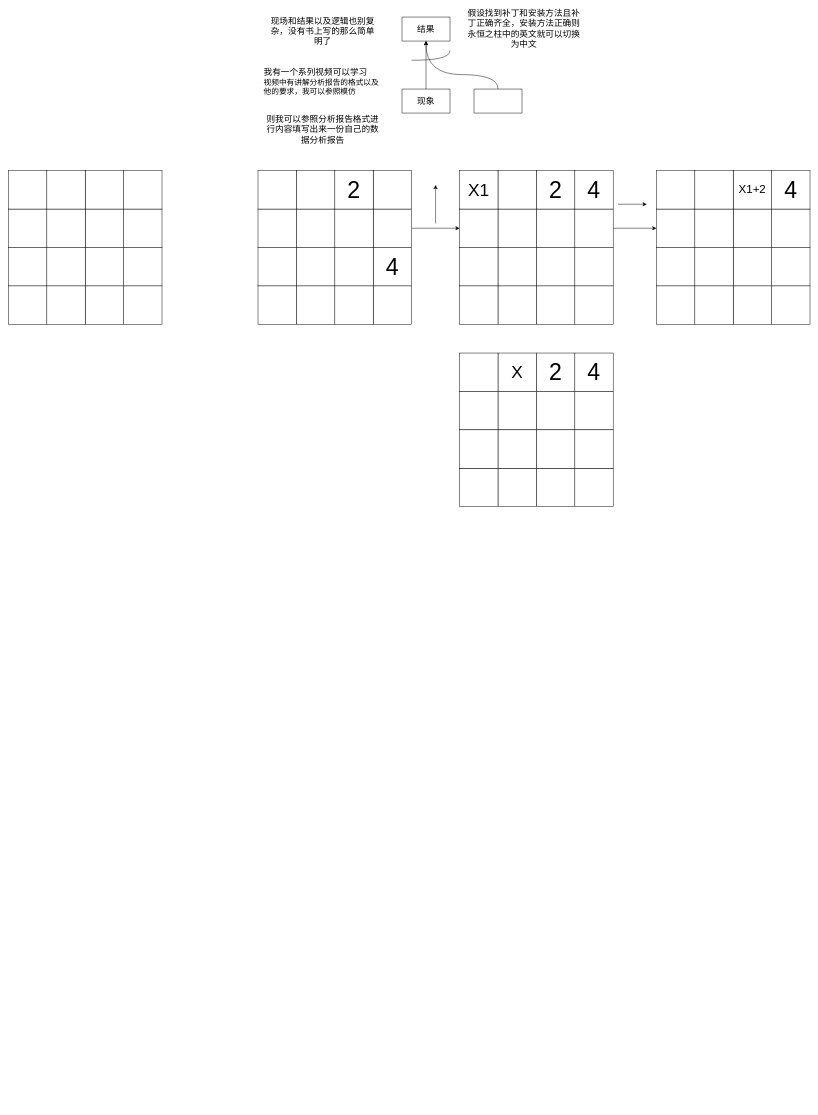
This is Test.drawio from gitpigzhusj/draw.io, a draw.io file, before an edit. Source tidied: cells renumbered, new cells numbered last; positions are measured from the earlier drawing's top-left corner, leaving out a move shared by most shapes. Both pictures are drawn from the tidied source at 48%, with x=0, y=0 at pixel (8, 12).
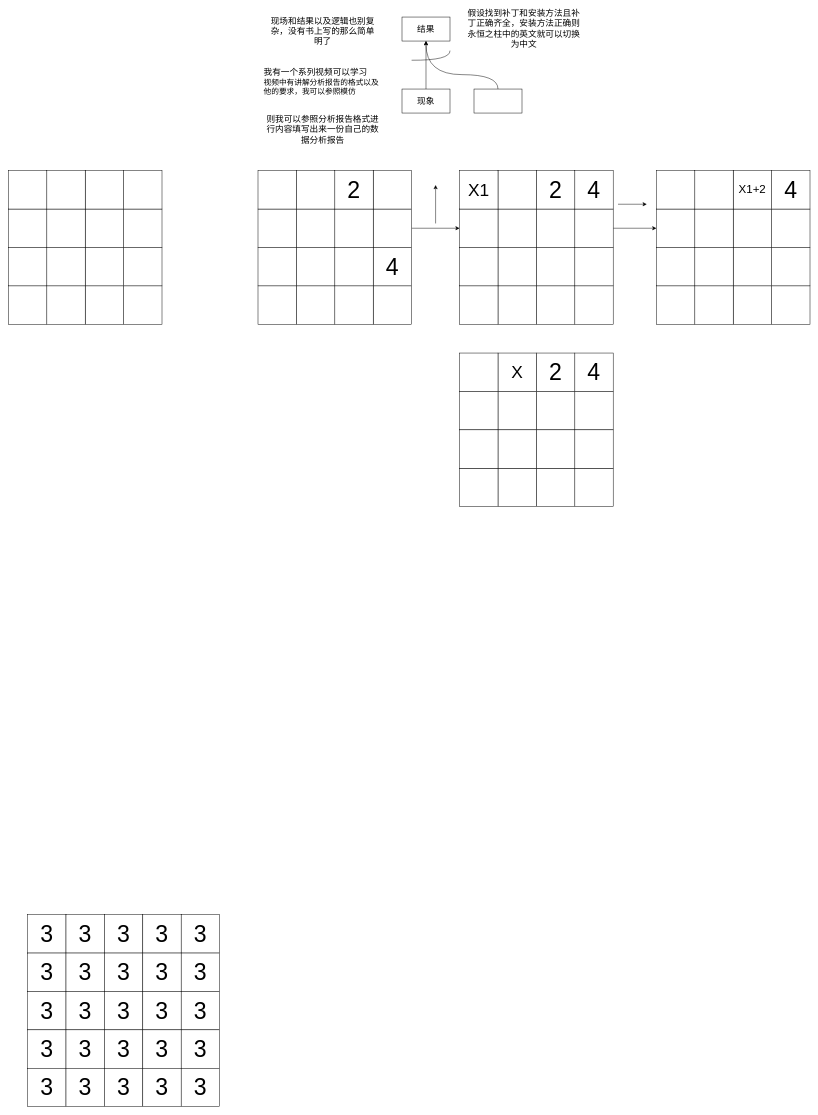
After the change.

The edit, as a diff of the source:
```diff
@@
+    <mxCell id="96" value="&lt;font style=&quot;font-size: 48px;&quot;&gt;3&lt;/font&gt;" style="whiteSpace=wrap;html=1;" parent="1" vertex="1">
+      <mxGeometry x="40" y="1880" width="80" height="80" as="geometry" />
+    </mxCell>
+    <mxCell id="97" value="&lt;font style=&quot;font-size: 48px;&quot;&gt;3&lt;/font&gt;" style="whiteSpace=wrap;html=1;" parent="1" vertex="1">
+      <mxGeometry x="120" y="1880" width="80" height="80" as="geometry" />
+    </mxCell>
+    <mxCell id="98" value="&lt;font style=&quot;font-size: 48px;&quot;&gt;3&lt;/font&gt;" style="whiteSpace=wrap;html=1;" parent="1" vertex="1">
+      <mxGeometry x="200" y="1880" width="80" height="80" as="geometry" />
+    </mxCell>
+    <mxCell id="99" value="&lt;font style=&quot;font-size: 48px;&quot;&gt;3&lt;/font&gt;" style="whiteSpace=wrap;html=1;" parent="1" vertex="1">
+      <mxGeometry x="280" y="1880" width="80" height="80" as="geometry" />
+    </mxCell>
+    <mxCell id="100" value="&lt;font style=&quot;font-size: 48px;&quot;&gt;3&lt;/font&gt;" style="whiteSpace=wrap;html=1;" parent="1" vertex="1">
+      <mxGeometry x="360" y="1880" width="80" height="80" as="geometry" />
+    </mxCell>
+    <mxCell id="101" value="&lt;font style=&quot;font-size: 48px;&quot;&gt;3&lt;/font&gt;" style="whiteSpace=wrap;html=1;" parent="1" vertex="1">
+      <mxGeometry x="40" y="1960" width="80" height="80" as="geometry" />
+    </mxCell>
+    <mxCell id="102" value="&lt;font style=&quot;font-size: 48px;&quot;&gt;3&lt;/font&gt;" style="whiteSpace=wrap;html=1;" parent="1" vertex="1">
+      <mxGeometry x="120" y="1960" width="80" height="80" as="geometry" />
+    </mxCell>
+    <mxCell id="103" value="&lt;font style=&quot;font-size: 48px;&quot;&gt;3&lt;/font&gt;" style="whiteSpace=wrap;html=1;" parent="1" vertex="1">
+      <mxGeometry x="200" y="1960" width="80" height="80" as="geometry" />
+    </mxCell>
+    <mxCell id="104" value="&lt;font style=&quot;font-size: 48px;&quot;&gt;3&lt;/font&gt;" style="whiteSpace=wrap;html=1;" parent="1" vertex="1">
+      <mxGeometry x="280" y="1960" width="80" height="80" as="geometry" />
+    </mxCell>
+    <mxCell id="105" value="&lt;font style=&quot;font-size: 48px;&quot;&gt;3&lt;/font&gt;" style="whiteSpace=wrap;html=1;" parent="1" vertex="1">
+      <mxGeometry x="360" y="1960" width="80" height="80" as="geometry" />
+    </mxCell>
+    <mxCell id="106" value="&lt;font style=&quot;font-size: 48px;&quot;&gt;3&lt;/font&gt;" style="whiteSpace=wrap;html=1;" parent="1" vertex="1">
+      <mxGeometry x="40" y="2040" width="80" height="80" as="geometry" />
+    </mxCell>
+    <mxCell id="107" value="&lt;font style=&quot;font-size: 48px;&quot;&gt;3&lt;/font&gt;" style="whiteSpace=wrap;html=1;" parent="1" vertex="1">
+      <mxGeometry x="120" y="2040" width="80" height="80" as="geometry" />
+    </mxCell>
+    <mxCell id="108" value="&lt;font style=&quot;font-size: 48px;&quot;&gt;3&lt;/font&gt;" style="whiteSpace=wrap;html=1;" parent="1" vertex="1">
+      <mxGeometry x="200" y="2040" width="80" height="80" as="geometry" />
+    </mxCell>
+    <mxCell id="109" value="&lt;font style=&quot;font-size: 48px;&quot;&gt;3&lt;/font&gt;" style="whiteSpace=wrap;html=1;" parent="1" vertex="1">
+      <mxGeometry x="280" y="2040" width="80" height="80" as="geometry" />
+    </mxCell>
+    <mxCell id="110" value="&lt;font style=&quot;font-size: 48px;&quot;&gt;3&lt;/font&gt;" style="whiteSpace=wrap;html=1;" parent="1" vertex="1">
+      <mxGeometry x="360" y="2040" width="80" height="80" as="geometry" />
+    </mxCell>
+    <mxCell id="111" value="&lt;font style=&quot;font-size: 48px;&quot;&gt;3&lt;/font&gt;" style="whiteSpace=wrap;html=1;" parent="1" vertex="1">
+      <mxGeometry x="40" y="2120" width="80" height="80" as="geometry" />
+    </mxCell>
+    <mxCell id="112" value="&lt;font style=&quot;font-size: 48px;&quot;&gt;3&lt;/font&gt;" style="whiteSpace=wrap;html=1;" parent="1" vertex="1">
+      <mxGeometry x="120" y="2120" width="80" height="80" as="geometry" />
+    </mxCell>
+    <mxCell id="113" value="&lt;font style=&quot;font-size: 48px;&quot;&gt;3&lt;/font&gt;" style="whiteSpace=wrap;html=1;" parent="1" vertex="1">
+      <mxGeometry x="200" y="2120" width="80" height="80" as="geometry" />
+    </mxCell>
+    <mxCell id="114" value="&lt;font style=&quot;font-size: 48px;&quot;&gt;3&lt;/font&gt;" style="whiteSpace=wrap;html=1;" parent="1" vertex="1">
+      <mxGeometry x="280" y="2120" width="80" height="80" as="geometry" />
+    </mxCell>
+    <mxCell id="115" value="&lt;font style=&quot;font-size: 48px;&quot;&gt;3&lt;/font&gt;" style="whiteSpace=wrap;html=1;" parent="1" vertex="1">
+      <mxGeometry x="360" y="2120" width="80" height="80" as="geometry" />
+    </mxCell>
+    <mxCell id="116" value="&lt;font style=&quot;font-size: 48px;&quot;&gt;3&lt;/font&gt;" style="whiteSpace=wrap;html=1;" parent="1" vertex="1">
+      <mxGeometry x="40" y="2200" width="80" height="80" as="geometry" />
+    </mxCell>
+    <mxCell id="117" value="&lt;font style=&quot;font-size: 48px;&quot;&gt;3&lt;/font&gt;" style="whiteSpace=wrap;html=1;" parent="1" vertex="1">
+      <mxGeometry x="120" y="2200" width="80" height="80" as="geometry" />
+    </mxCell>
+    <mxCell id="118" value="&lt;font style=&quot;font-size: 48px;&quot;&gt;3&lt;/font&gt;" style="whiteSpace=wrap;html=1;" parent="1" vertex="1">
+      <mxGeometry x="200" y="2200" width="80" height="80" as="geometry" />
+    </mxCell>
+    <mxCell id="119" value="&lt;font style=&quot;font-size: 48px;&quot;&gt;3&lt;/font&gt;" style="whiteSpace=wrap;html=1;" parent="1" vertex="1">
+      <mxGeometry x="280" y="2200" width="80" height="80" as="geometry" />
+    </mxCell>
+    <mxCell id="120" value="&lt;font style=&quot;font-size: 48px;&quot;&gt;3&lt;/font&gt;" style="whiteSpace=wrap;html=1;" parent="1" vertex="1">
+      <mxGeometry x="360" y="2200" width="80" height="80" as="geometry" />
+    </mxCell>
```
